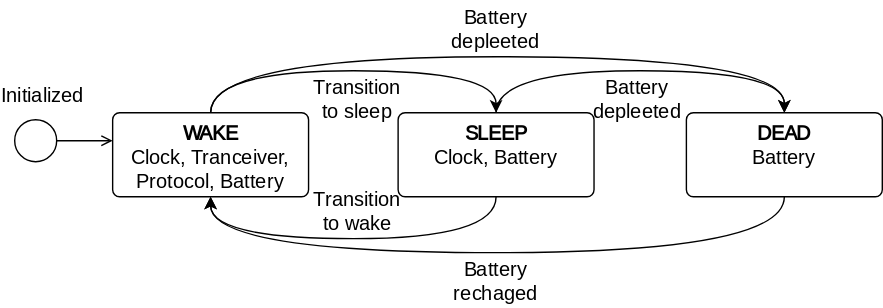
This is Figures/technicalAnalysis/simulator/node/node_state.svg from Mikkelnn/ES8-Project, a draw.io export, as it was before one commit. Source tidied: cells renumbered, new cells last; positions are measured from the earlier drawing's top-left corner, leaving out a move shared by most shapes.
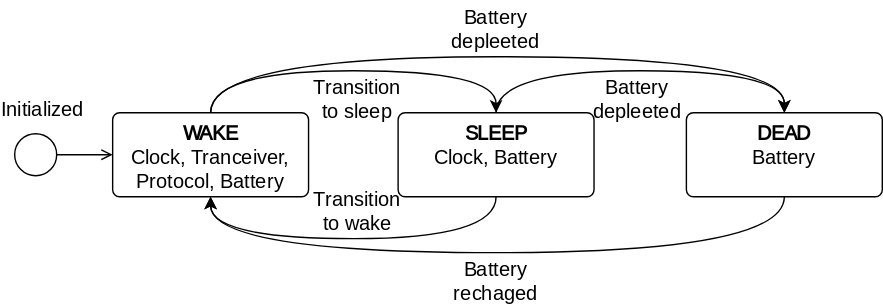
The same file after the commit.

What changed in the source:
```diff
@@ -12,12 +12,10 @@
       <mxGeometry x="490" y="80" width="140" height="60" as="geometry" />
     </mxCell>
     <mxCell id="5" style="ellipse;html=1;fontFamily=LaTex;fontSource=https%3A%2F%2Fl.messenger.com%2Fl.php%3Fu%3Dhttps%253A%252F%252Fsourceforge.net%252Fprojects%252Fcm-unicode%252F%253Futm_id%253D97758_v0_s00_e0_tv0%2526fbclid%253DIwY2xjawQgySRleHRuA2FlbQIxMQBzcnRjBmFwcF9pZAEwAAEesw3PqB5totuJpd6eh1LaaKkuRE-Z_K1hziWoEV0fncl-qOL8ht-ayZM58K8_aem_JxLrLg0ROYKOzrblPzPiZg%26h%3DAT5WEuZGuo3uQ7rimEBXJ9KMJ0Q8-5wu28H95kAKUt3lUuGrPs6OhiQh5GxBjOpI0-ktUD_Y48bLHLEDVmCMICMOj1nMUkwi7kByh2wd8aliMqJLdBoROrQIvq_gKZaS4SCv7RLN_bpVnWxUsIqR9A;fontSize=14;" parent="1" vertex="1">
-      <mxGeometry x="10" y="85" width="30" height="30" as="geometry" />
+      <mxGeometry x="10" y="95" width="30" height="30" as="geometry" />
     </mxCell>
-    <mxCell id="6" style="endArrow=open;html=1;rounded=0;align=center;verticalAlign=top;endFill=0;labelBackgroundColor=none;endSize=6;fontFamily=LaTex;fontSource=https%3A%2F%2Fl.messenger.com%2Fl.php%3Fu%3Dhttps%253A%252F%252Fsourceforge.net%252Fprojects%252Fcm-unicode%252F%253Futm_id%253D97758_v0_s00_e0_tv0%2526fbclid%253DIwY2xjawQgySRleHRuA2FlbQIxMQBzcnRjBmFwcF9pZAEwAAEesw3PqB5totuJpd6eh1LaaKkuRE-Z_K1hziWoEV0fncl-qOL8ht-ayZM58K8_aem_JxLrLg0ROYKOzrblPzPiZg%26h%3DAT5WEuZGuo3uQ7rimEBXJ9KMJ0Q8-5wu28H95kAKUt3lUuGrPs6OhiQh5GxBjOpI0-ktUD_Y48bLHLEDVmCMICMOj1nMUkwi7kByh2wd8aliMqJLdBoROrQIvq_gKZaS4SCv7RLN_bpVnWxUsIqR9A;fontSize=14;" parent="1" edge="1" source="5">
-      <mxGeometry relative="1" as="geometry">
-        <mxPoint x="80" y="100" as="targetPoint" />
-      </mxGeometry>
+    <mxCell id="6" style="endArrow=open;html=1;rounded=0;align=center;verticalAlign=top;endFill=0;labelBackgroundColor=none;endSize=6;fontFamily=LaTex;fontSource=https%3A%2F%2Fl.messenger.com%2Fl.php%3Fu%3Dhttps%253A%252F%252Fsourceforge.net%252Fprojects%252Fcm-unicode%252F%253Futm_id%253D97758_v0_s00_e0_tv0%2526fbclid%253DIwY2xjawQgySRleHRuA2FlbQIxMQBzcnRjBmFwcF9pZAEwAAEesw3PqB5totuJpd6eh1LaaKkuRE-Z_K1hziWoEV0fncl-qOL8ht-ayZM58K8_aem_JxLrLg0ROYKOzrblPzPiZg%26h%3DAT5WEuZGuo3uQ7rimEBXJ9KMJ0Q8-5wu28H95kAKUt3lUuGrPs6OhiQh5GxBjOpI0-ktUD_Y48bLHLEDVmCMICMOj1nMUkwi7kByh2wd8aliMqJLdBoROrQIvq_gKZaS4SCv7RLN_bpVnWxUsIqR9A;fontSize=14;entryX=0;entryY=0.5;entryDx=0;entryDy=0;" parent="1" edge="1" source="5" target="2">
+      <mxGeometry relative="1" as="geometry" />
     </mxCell>
     <mxCell id="7" style="endArrow=classic;html=1;rounded=0;exitX=0.5;exitY=0;exitDx=0;exitDy=0;entryX=0.5;entryY=0;entryDx=0;entryDy=0;edgeStyle=orthogonalEdgeStyle;curved=1;fontFamily=LaTex;fontSource=https%3A%2F%2Fl.messenger.com%2Fl.php%3Fu%3Dhttps%253A%252F%252Fsourceforge.net%252Fprojects%252Fcm-unicode%252F%253Futm_id%253D97758_v0_s00_e0_tv0%2526fbclid%253DIwY2xjawQgySRleHRuA2FlbQIxMQBzcnRjBmFwcF9pZAEwAAEesw3PqB5totuJpd6eh1LaaKkuRE-Z_K1hziWoEV0fncl-qOL8ht-ayZM58K8_aem_JxLrLg0ROYKOzrblPzPiZg%26h%3DAT5WEuZGuo3uQ7rimEBXJ9KMJ0Q8-5wu28H95kAKUt3lUuGrPs6OhiQh5GxBjOpI0-ktUD_Y48bLHLEDVmCMICMOj1nMUkwi7kByh2wd8aliMqJLdBoROrQIvq_gKZaS4SCv7RLN_bpVnWxUsIqR9A;fontSize=14;" parent="1" edge="1" source="2" target="3">
       <mxGeometry relative="1" as="geometry">
@@ -75,7 +73,7 @@
       <mxGeometry x="420" y="50" width="70" height="40" as="geometry" />
     </mxCell>
     <mxCell id="17" value="Initialized" style="text;html=1;whiteSpace=wrap;strokeColor=none;fillColor=none;align=center;verticalAlign=middle;rounded=0;fontFamily=LaTex;fontSource=https%3A%2F%2Fl.messenger.com%2Fl.php%3Fu%3Dhttps%253A%252F%252Fsourceforge.net%252Fprojects%252Fcm-unicode%252F%253Futm_id%253D97758_v0_s00_e0_tv0%2526fbclid%253DIwY2xjawQgySRleHRuA2FlbQIxMQBzcnRjBmFwcF9pZAEwAAEesw3PqB5totuJpd6eh1LaaKkuRE-Z_K1hziWoEV0fncl-qOL8ht-ayZM58K8_aem_JxLrLg0ROYKOzrblPzPiZg%26h%3DAT5WEuZGuo3uQ7rimEBXJ9KMJ0Q8-5wu28H95kAKUt3lUuGrPs6OhiQh5GxBjOpI0-ktUD_Y48bLHLEDVmCMICMOj1nMUkwi7kByh2wd8aliMqJLdBoROrQIvq_gKZaS4SCv7RLN_bpVnWxUsIqR9A;fontSize=14;" parent="1" vertex="1">
-      <mxGeometry y="50" width="60" height="35" as="geometry" />
+      <mxGeometry y="60" width="60" height="35" as="geometry" />
     </mxCell>
   </root>
 </mxGraphModel>
```
